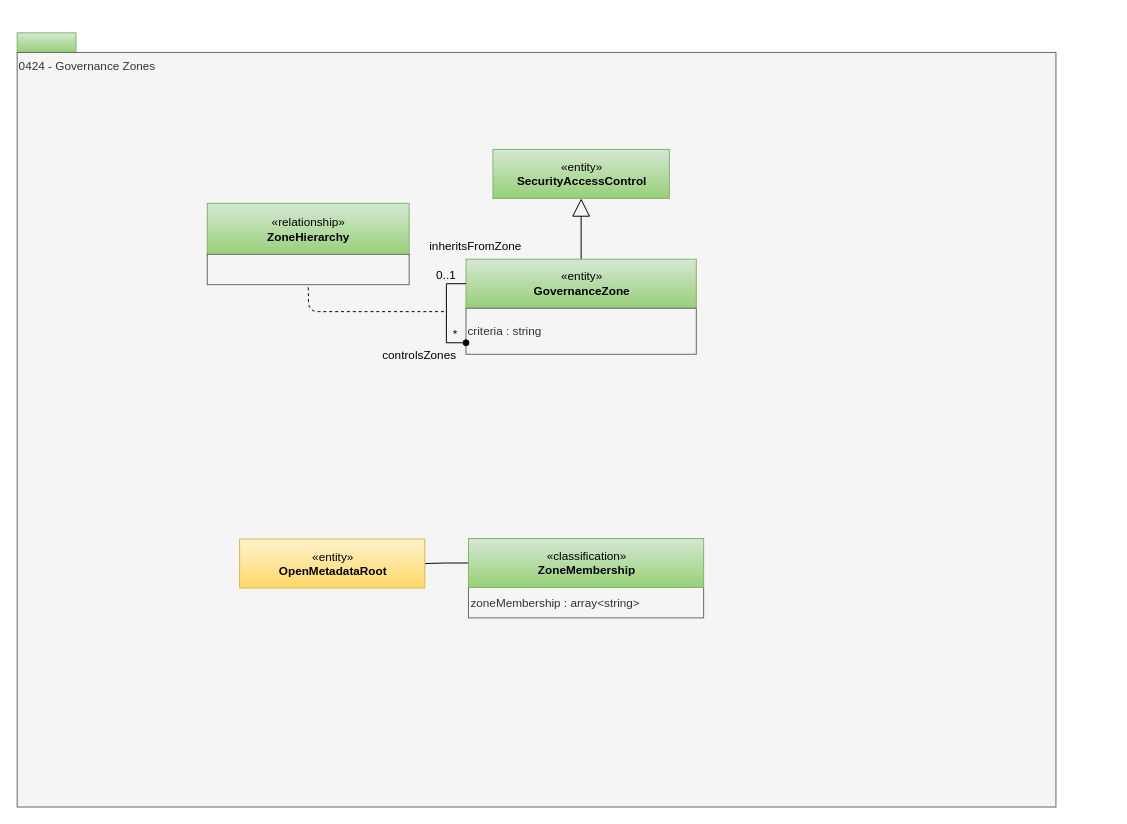
odpi/egeria-docs keeps this draw.io diagram as page "0424-Governance-Zones" (9 of 30) of site/docs/types/4/area-4-governance.drawio. Above is the earlier version. Source tidied: cells renumbered, new cells numbered last; positions are measured from the earlier drawing's top-left corner, leaving out a move shared by most shapes. Both pictures are drawn from the tidied source at 98%, with x=0, y=0 at pixel (17, 32).
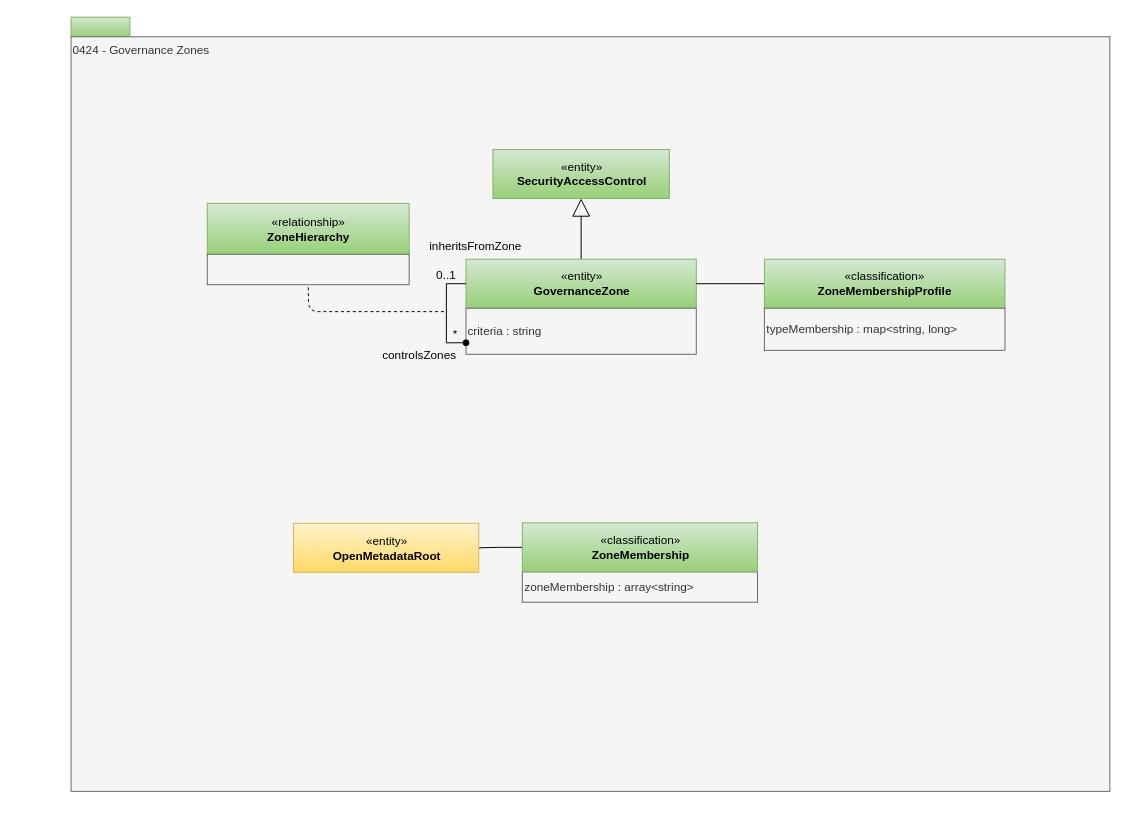
Above is the later version.

The change refers to these unchanged cells:
```xml
<mxCell id="9" value="«entity»&lt;br&gt;&lt;b&gt;GovernanceZone&lt;/b&gt;" style="html=1;strokeColor=#82b366;align=center;fillColor=#d5e8d4;gradientColor=#97d077;" parent="1" vertex="1">
  <mxGeometry x="458" y="231" width="235" height="50" as="geometry" />
</mxCell>
```

The edit, as a diff of the source:
```diff
@@
     <mxCell id="2" style="rounded=0;whiteSpace=wrap;html=1;align=left;fillColor=#d5e8d4;strokeColor=#82b366;gradientColor=#97d077;" parent="1" vertex="1">
-      <mxGeometry width="60" height="20" as="geometry" />
+      <mxGeometry x="55" y="-16" width="60" height="20" as="geometry" />
     </mxCell>
     <mxCell id="3" value="0424 - Governance Zones" style="rounded=0;whiteSpace=wrap;html=1;align=left;verticalAlign=top;fillColor=#f5f5f5;fontColor=#333333;strokeColor=#666666;" parent="1" vertex="1">
-      <mxGeometry y="20" width="1060" height="770" as="geometry" />
+      <mxGeometry x="55" y="4" width="1060" height="770" as="geometry" />
     </mxCell>
@@
     <mxCell id="5" value="«entity»&lt;br&gt;&lt;b&gt;OpenMetadataRoot&lt;/b&gt;" style="html=1;strokeColor=#d6b656;align=center;fillColor=#fff2cc;gradientColor=#ffd966;" parent="1" vertex="1">
-      <mxGeometry x="227" y="516.5" width="189" height="50" as="geometry" />
+      <mxGeometry x="282" y="500.5" width="189" height="50" as="geometry" />
     </mxCell>
     <mxCell id="6" value="zoneMembership : array&amp;lt;string&amp;gt;&lt;br&gt;&lt;div style=&quot;text-align: left&quot;&gt;&lt;/div&gt;" style="rounded=0;whiteSpace=wrap;html=1;strokeColor=#666666;align=left;fillColor=#f5f5f5;fontColor=#333333;" parent="1" vertex="1">
-      <mxGeometry x="460.5" y="566" width="240" height="31" as="geometry" />
+      <mxGeometry x="515.5" y="550" width="240" height="31" as="geometry" />
     </mxCell>
     <mxCell id="7" value="«classification»&lt;br&gt;&lt;b&gt;ZoneMembership&lt;/b&gt;" style="html=1;strokeColor=#82b366;align=center;fillColor=#d5e8d4;gradientColor=#97d077;" parent="1" vertex="1">
-      <mxGeometry x="460.5" y="516" width="240" height="50" as="geometry" />
+      <mxGeometry x="515.5" y="500" width="240" height="50" as="geometry" />
     </mxCell>
@@
-    <mxCell id="11" value="criteria : string" style="rounded=0;whiteSpace=wrap;html=1;strokeColor=#666666;align=left;fillColor=#f5f5f5;fontColor=#333333;" parent="1" vertex="1">
+    <mxCell id="11" value="&lt;div&gt;criteria : string&lt;/div&gt;" style="rounded=0;whiteSpace=wrap;html=1;strokeColor=#666666;align=left;fillColor=#f5f5f5;fontColor=#333333;" parent="1" vertex="1">
       <mxGeometry x="458" y="281" width="235" height="47" as="geometry" />
     </mxCell>
@@
+    <mxCell id="20" style="edgeStyle=orthogonalEdgeStyle;rounded=0;jettySize=auto;html=1;exitX=0;exitY=0.5;exitDx=0;exitDy=0;endArrow=none;endFill=0;entryX=1;entryY=0.5;entryDx=0;entryDy=0;" parent="1" edge="1" source="21" target="9">
+      <mxGeometry relative="1" as="geometry" />
+    </mxCell>
+    <mxCell id="21" value="«classification»&lt;br&gt;&lt;b&gt;ZoneMembershipProfile&lt;/b&gt;" style="html=1;strokeColor=#82b366;align=center;fillColor=#d5e8d4;gradientColor=#97d077;" parent="1" vertex="1">
+      <mxGeometry x="762.5" y="231" width="245.5" height="50" as="geometry" />
+    </mxCell>
+    <mxCell id="22" value="&lt;span style=&quot;background-color: transparent; color: light-dark(rgb(51, 51, 51), rgb(193, 193, 193));&quot;&gt;typeMembership : map&amp;lt;string, long&amp;gt;&lt;/span&gt;" style="rounded=0;whiteSpace=wrap;html=1;strokeColor=#666666;align=left;fillColor=#f5f5f5;fontColor=#333333;" parent="1" vertex="1">
+      <mxGeometry x="762.5" y="281" width="245.5" height="43" as="geometry" />
+    </mxCell>
```
